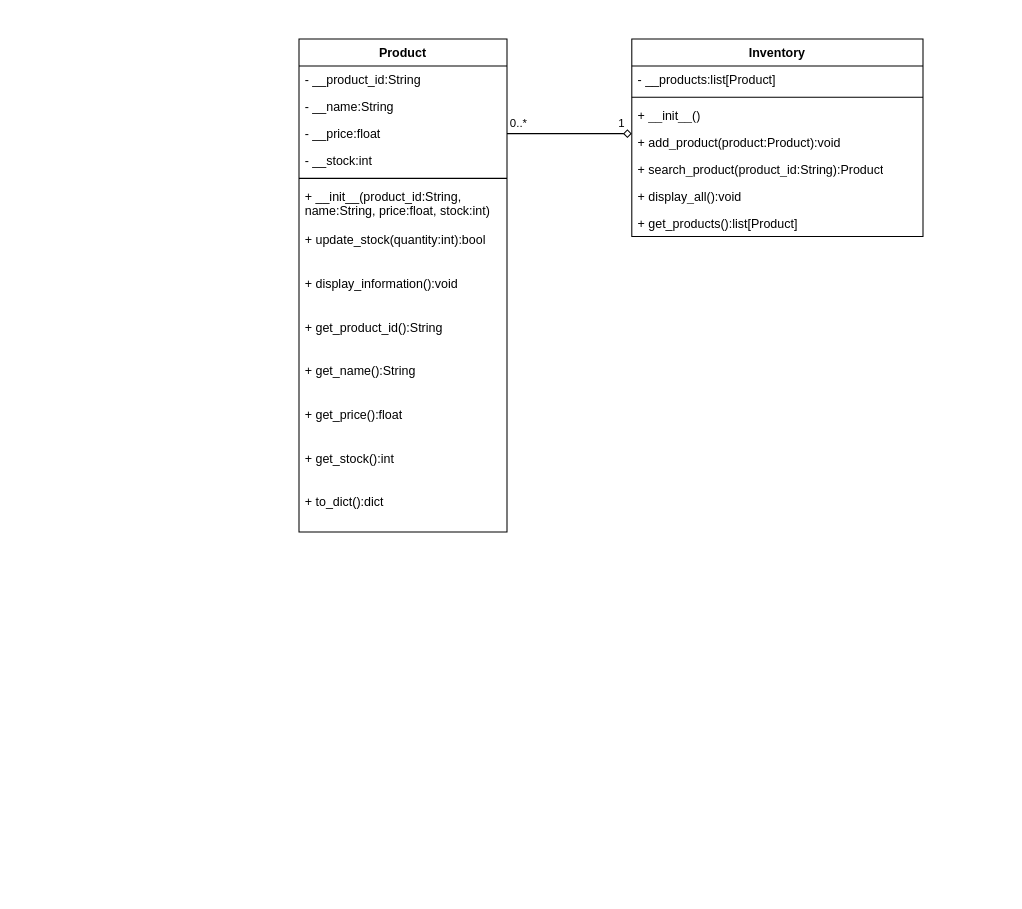
The draw.io diagram uml_class_diagram.drawio in Kelvin9300/INF1103-lab2, before the edit. Source tidied: cells renumbered, new cells numbered last; positions are measured from the earlier drawing's top-left corner, leaving out a move shared by most shapes. Both pictures are drawn from the tidied source at 104%, with x=0, y=0 at pixel (298, 38).
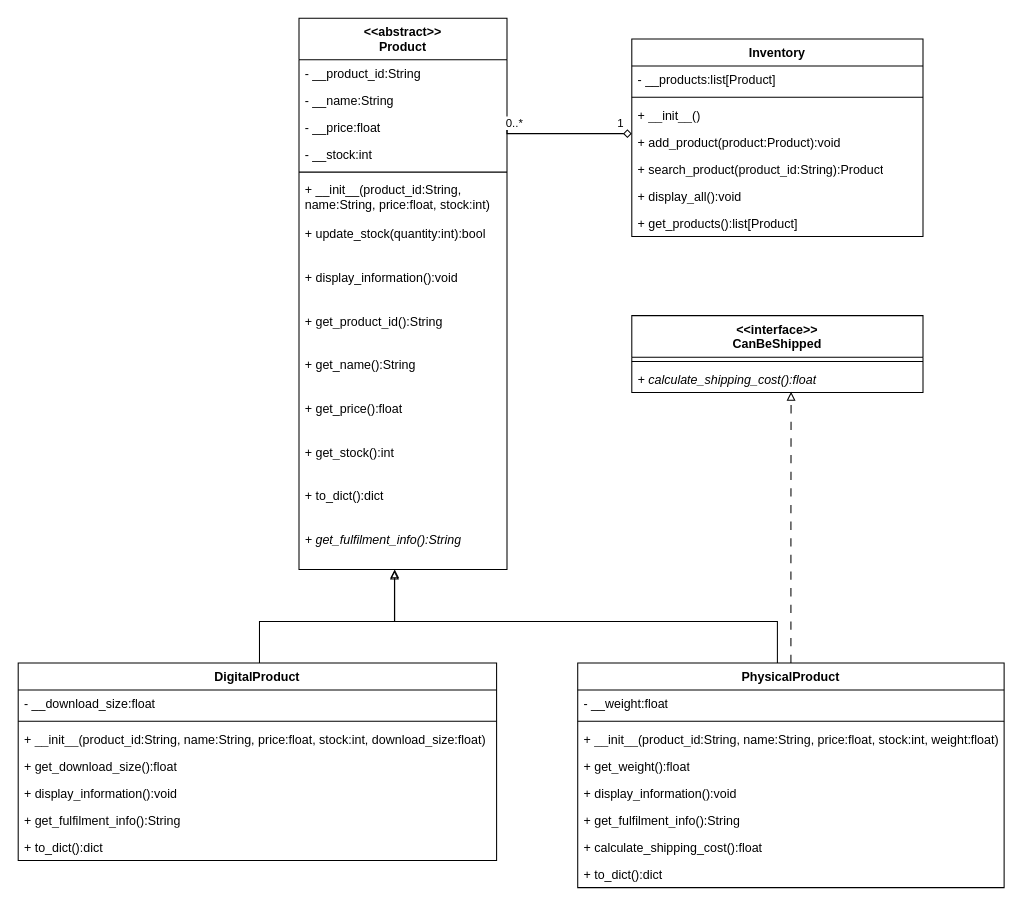
Above is the later version.

Commit message (it also covers changes not shown here):
Updated UML diagram for Lab 7

Diff of the diagram source:
```diff
@@
-    <mxCell id="2" value="Product" style="swimlane;fontStyle=1;align=center;verticalAlign=top;horizontal=1;startSize=26;whiteSpace=wrap;html=1;" parent="1" vertex="1">
-      <mxGeometry width="200" height="474" as="geometry" />
+    <mxCell id="2" value="&amp;lt;&amp;lt;abstract&amp;gt;&amp;gt;&lt;div&gt;Product&lt;/div&gt;" style="swimlane;fontStyle=1;align=center;verticalAlign=top;horizontal=1;startSize=40;whiteSpace=wrap;html=1;" parent="1" vertex="1">
+      <mxGeometry y="-20" width="200" height="530" as="geometry" />
     </mxCell>
     <mxCell id="3" value="- __product_id:String" style="text;strokeColor=none;fillColor=none;align=left;verticalAlign=top;spacingLeft=4;spacingRight=4;overflow=hidden;whiteSpace=wrap;html=1;" parent="2" vertex="1">
-      <mxGeometry y="26" width="200" height="26" as="geometry" />
+      <mxGeometry y="40" width="200" height="26" as="geometry" />
     </mxCell>
     <mxCell id="4" value="- __name:String" style="text;strokeColor=none;fillColor=none;align=left;verticalAlign=top;spacingLeft=4;spacingRight=4;overflow=hidden;whiteSpace=wrap;html=1;" parent="2" vertex="1">
-      <mxGeometry y="52" width="200" height="26" as="geometry" />
+      <mxGeometry y="66" width="200" height="26" as="geometry" />
     </mxCell>
     <mxCell id="5" value="- __price:float" style="text;strokeColor=none;fillColor=none;align=left;verticalAlign=top;spacingLeft=4;spacingRight=4;overflow=hidden;points=[[0,0.5],[1,0.5]];portConstraint=eastwest;whiteSpace=wrap;html=1;" parent="2" vertex="1">
-      <mxGeometry y="78" width="200" height="26" as="geometry" />
+      <mxGeometry y="92" width="200" height="26" as="geometry" />
     </mxCell>
     <mxCell id="6" value="- __stock:int" style="text;strokeColor=none;fillColor=none;align=left;verticalAlign=top;spacingLeft=4;spacingRight=4;overflow=hidden;whiteSpace=wrap;html=1;" parent="2" vertex="1">
-      <mxGeometry y="104" width="200" height="26" as="geometry" />
+      <mxGeometry y="118" width="200" height="26" as="geometry" />
     </mxCell>
     <mxCell id="7" style="line;strokeWidth=1;fillColor=none;align=left;verticalAlign=middle;spacingTop=-1;spacingLeft=3;spacingRight=3;labelPosition=right;strokeColor=inherit;labelPerimeter=1;" parent="2" vertex="1">
-      <mxGeometry y="130" width="200" height="8" as="geometry" />
+      <mxGeometry y="144" width="200" height="8" as="geometry" />
     </mxCell>
     <mxCell id="8" value="+ __init__(product_id:String, name:String, price:float, stock:int)" style="text;strokeColor=none;fillColor=none;align=left;verticalAlign=top;spacingLeft=4;spacingRight=4;overflow=hidden;whiteSpace=wrap;html=1;" parent="2" vertex="1">
-      <mxGeometry y="138" width="200" height="42" as="geometry" />
+      <mxGeometry y="152" width="200" height="42" as="geometry" />
     </mxCell>
     <mxCell id="9" value="+ update_stock(quantity:int):bool" style="text;strokeColor=none;fillColor=none;align=left;verticalAlign=top;spacingLeft=4;spacingRight=4;overflow=hidden;whiteSpace=wrap;html=1;" parent="2" vertex="1">
-      <mxGeometry y="180" width="200" height="42" as="geometry" />
+      <mxGeometry y="194" width="200" height="42" as="geometry" />
     </mxCell>
     <mxCell id="10" value="+ display_information():void" style="text;strokeColor=none;fillColor=none;align=left;verticalAlign=top;spacingLeft=4;spacingRight=4;overflow=hidden;whiteSpace=wrap;html=1;" parent="2" vertex="1">
-      <mxGeometry y="222" width="200" height="42" as="geometry" />
+      <mxGeometry y="236" width="200" height="42" as="geometry" />
     </mxCell>
     <mxCell id="11" value="+ get_product_id():String" style="text;strokeColor=none;fillColor=none;align=left;verticalAlign=top;spacingLeft=4;spacingRight=4;overflow=hidden;whiteSpace=wrap;html=1;" parent="2" vertex="1">
-      <mxGeometry y="264" width="200" height="42" as="geometry" />
+      <mxGeometry y="278" width="200" height="42" as="geometry" />
     </mxCell>
     <mxCell id="12" value="+ get_name():String" style="text;strokeColor=none;fillColor=none;align=left;verticalAlign=top;spacingLeft=4;spacingRight=4;overflow=hidden;whiteSpace=wrap;html=1;" parent="2" vertex="1">
-      <mxGeometry y="306" width="200" height="42" as="geometry" />
+      <mxGeometry y="320" width="200" height="42" as="geometry" />
     </mxCell>
     <mxCell id="13" value="+ get_price():float" style="text;strokeColor=none;fillColor=none;align=left;verticalAlign=top;spacingLeft=4;spacingRight=4;overflow=hidden;whiteSpace=wrap;html=1;" parent="2" vertex="1">
-      <mxGeometry y="348" width="200" height="42" as="geometry" />
+      <mxGeometry y="362" width="200" height="42" as="geometry" />
     </mxCell>
     <mxCell id="14" value="+ get_stock():int" style="text;strokeColor=none;fillColor=none;align=left;verticalAlign=top;spacingLeft=4;spacingRight=4;overflow=hidden;whiteSpace=wrap;html=1;" parent="2" vertex="1">
-      <mxGeometry y="390" width="200" height="42" as="geometry" />
+      <mxGeometry y="404" width="200" height="42" as="geometry" />
     </mxCell>
     <mxCell id="15" value="+ to_dict():dict" style="text;strokeColor=none;fillColor=none;align=left;verticalAlign=top;spacingLeft=4;spacingRight=4;overflow=hidden;whiteSpace=wrap;html=1;" parent="2" vertex="1">
-      <mxGeometry y="432" width="200" height="42" as="geometry" />
+      <mxGeometry y="446" width="200" height="42" as="geometry" />
     </mxCell>
+    <mxCell id="27" value="&lt;i&gt;+ get_fulfilment_info():String&lt;/i&gt;" style="text;strokeColor=none;fillColor=none;align=left;verticalAlign=top;spacingLeft=4;spacingRight=4;overflow=hidden;points=[[0,0.5],[1,0.5]];portConstraint=eastwest;whiteSpace=wrap;html=1;" parent="2" vertex="1">
+      <mxGeometry y="488" width="200" height="42" as="geometry" />
+    </mxCell>
@@
+    <mxCell id="28" value="&lt;div&gt;&amp;lt;&amp;lt;interface&amp;gt;&amp;gt;&lt;/div&gt;CanBeShipped" style="swimlane;fontStyle=1;align=center;verticalAlign=top;horizontal=1;startSize=40;whiteSpace=wrap;html=1;" parent="1" vertex="1">
+      <mxGeometry x="320" y="266" width="280" height="74" as="geometry" />
+    </mxCell>
+    <mxCell id="29" style="line;strokeWidth=1;fillColor=none;align=left;verticalAlign=middle;spacingTop=-1;spacingLeft=3;spacingRight=3;labelPosition=right;strokeColor=inherit;labelPerimeter=1;" parent="28" vertex="1">
+      <mxGeometry y="40" width="280" height="8" as="geometry" />
+    </mxCell>
+    <mxCell id="30" value="&lt;i&gt;+ calculate_shipping_cost():float&lt;/i&gt;" style="text;strokeColor=none;fillColor=none;align=left;verticalAlign=top;spacingLeft=4;spacingRight=4;overflow=hidden;points=[[0,0.5],[1,0.5]];portConstraint=eastwest;whiteSpace=wrap;html=1;" parent="28" vertex="1">
+      <mxGeometry y="48" width="280" height="26" as="geometry" />
+    </mxCell>
+    <mxCell id="31" value="PhysicalProduct" style="swimlane;fontStyle=1;align=center;verticalAlign=top;horizontal=1;startSize=26;whiteSpace=wrap;html=1;" parent="1" vertex="1">
+      <mxGeometry x="268" y="600" width="410" height="216" as="geometry" />
+    </mxCell>
+    <mxCell id="32" value="- __weight:float" style="text;strokeColor=none;fillColor=none;align=left;verticalAlign=top;spacingLeft=4;spacingRight=4;overflow=hidden;whiteSpace=wrap;html=1;" parent="31" vertex="1">
+      <mxGeometry y="26" width="410" height="26" as="geometry" />
+    </mxCell>
+    <mxCell id="33" style="line;strokeWidth=1;fillColor=none;align=left;verticalAlign=middle;spacingTop=-1;spacingLeft=3;spacingRight=3;labelPosition=right;strokeColor=inherit;labelPerimeter=1;" parent="31" vertex="1">
+      <mxGeometry y="52" width="410" height="8" as="geometry" />
+    </mxCell>
+    <mxCell id="34" value="+ __init__(product_id:String, name:String, price:float, stock:int, weight:float)" style="text;strokeColor=none;fillColor=none;align=left;verticalAlign=top;spacingLeft=4;spacingRight=4;overflow=hidden;whiteSpace=wrap;html=1;" parent="31" vertex="1">
+      <mxGeometry y="60" width="410" height="26" as="geometry" />
+    </mxCell>
+    <mxCell id="35" value="+ get_weight():float" style="text;strokeColor=none;fillColor=none;align=left;verticalAlign=top;spacingLeft=4;spacingRight=4;overflow=hidden;whiteSpace=wrap;html=1;" parent="31" vertex="1">
+      <mxGeometry y="86" width="410" height="26" as="geometry" />
+    </mxCell>
+    <mxCell id="36" value="+ display_information():void" style="text;strokeColor=none;fillColor=none;align=left;verticalAlign=top;spacingLeft=4;spacingRight=4;overflow=hidden;whiteSpace=wrap;html=1;" parent="31" vertex="1">
+      <mxGeometry y="112" width="410" height="26" as="geometry" />
+    </mxCell>
+    <mxCell id="37" value="+ get_fulfilment_info():String" style="text;strokeColor=none;fillColor=none;align=left;verticalAlign=top;spacingLeft=4;spacingRight=4;overflow=hidden;whiteSpace=wrap;html=1;" parent="31" vertex="1">
+      <mxGeometry y="138" width="410" height="26" as="geometry" />
+    </mxCell>
+    <mxCell id="38" value="+ calculate_shipping_cost():float" style="text;strokeColor=none;fillColor=none;align=left;verticalAlign=top;spacingLeft=4;spacingRight=4;overflow=hidden;whiteSpace=wrap;html=1;" parent="31" vertex="1">
+      <mxGeometry y="164" width="410" height="26" as="geometry" />
+    </mxCell>
+    <mxCell id="39" value="+ to_dict():dict" style="text;strokeColor=none;fillColor=none;align=left;verticalAlign=top;spacingLeft=4;spacingRight=4;overflow=hidden;whiteSpace=wrap;html=1;" parent="31" vertex="1">
+      <mxGeometry y="190" width="410" height="26" as="geometry" />
+    </mxCell>
+    <mxCell id="40" value="DigitalProduct" style="swimlane;fontStyle=1;align=center;verticalAlign=top;horizontal=1;startSize=26;whiteSpace=wrap;html=1;" parent="1" vertex="1">
+      <mxGeometry x="-270" y="600" width="460" height="190" as="geometry" />
+    </mxCell>
+    <mxCell id="41" value="- __download_size:float" style="text;strokeColor=none;fillColor=none;align=left;verticalAlign=top;spacingLeft=4;spacingRight=4;overflow=hidden;whiteSpace=wrap;html=1;" parent="40" vertex="1">
+      <mxGeometry y="26" width="460" height="26" as="geometry" />
+    </mxCell>
+    <mxCell id="42" style="line;strokeWidth=1;fillColor=none;align=left;verticalAlign=middle;spacingTop=-1;spacingLeft=3;spacingRight=3;labelPosition=right;strokeColor=inherit;labelPerimeter=1;" parent="40" vertex="1">
+      <mxGeometry y="52" width="460" height="8" as="geometry" />
+    </mxCell>
+    <mxCell id="43" value="+ __init__(product_id:String, name:String, price:float, stock:int, download_size:float)" style="text;strokeColor=none;fillColor=none;align=left;verticalAlign=top;spacingLeft=4;spacingRight=4;overflow=hidden;whiteSpace=wrap;html=1;" parent="40" vertex="1">
+      <mxGeometry y="60" width="460" height="26" as="geometry" />
+    </mxCell>
+    <mxCell id="44" value="+ get_download_size():float" style="text;strokeColor=none;fillColor=none;align=left;verticalAlign=top;spacingLeft=4;spacingRight=4;overflow=hidden;whiteSpace=wrap;html=1;" parent="40" vertex="1">
+      <mxGeometry y="86" width="460" height="26" as="geometry" />
+    </mxCell>
+    <mxCell id="45" value="+ display_information():void" style="text;strokeColor=none;fillColor=none;align=left;verticalAlign=top;spacingLeft=4;spacingRight=4;overflow=hidden;whiteSpace=wrap;html=1;" parent="40" vertex="1">
+      <mxGeometry y="112" width="460" height="26" as="geometry" />
+    </mxCell>
+    <mxCell id="46" value="+ get_fulfilment_info():String" style="text;strokeColor=none;fillColor=none;align=left;verticalAlign=top;spacingLeft=4;spacingRight=4;overflow=hidden;whiteSpace=wrap;html=1;" parent="40" vertex="1">
+      <mxGeometry y="138" width="460" height="26" as="geometry" />
+    </mxCell>
+    <mxCell id="47" value="+ to_dict():dict" style="text;strokeColor=none;fillColor=none;align=left;verticalAlign=top;spacingLeft=4;spacingRight=4;overflow=hidden;whiteSpace=wrap;html=1;" parent="40" vertex="1">
+      <mxGeometry y="164" width="460" height="26" as="geometry" />
+    </mxCell>
+    <mxCell id="48" style="edgeStyle=orthogonalEdgeStyle;rounded=0;jettySize=auto;html=1;entryX=0.459;entryY=1.025;entryDx=0;entryDy=0;entryPerimeter=0;defaultLabelBackgroundColor=page;endArrow=block;endFill=0;" parent="1" edge="1" source="31" target="27">
+      <mxGeometry x="-0.03" relative="1" as="geometry">
+        <Array as="points">
+          <mxPoint x="460" y="560" />
+          <mxPoint x="91.8" y="560" />
+        </Array>
+      </mxGeometry>
+    </mxCell>
+    <mxCell id="49" style="edgeStyle=orthogonalEdgeStyle;rounded=0;orthogonalLoop=1;jettySize=auto;html=1;defaultLabelBackgroundColor=page;exitX=0.5;exitY=0;exitDx=0;exitDy=0;endArrow=block;endFill=0;" parent="1" edge="1">
+      <mxGeometry x="-0.05" relative="1" as="geometry">
+        <mxPoint x="-38" y="600" as="sourcePoint" />
+        <mxPoint x="92" y="510" as="targetPoint" />
+        <Array as="points">
+          <mxPoint x="-38" y="560" />
+          <mxPoint x="92" y="560" />
+        </Array>
+      </mxGeometry>
+    </mxCell>
+    <mxCell id="50" style="edgeStyle=orthogonalEdgeStyle;rounded=0;jettySize=auto;html=1;entryX=0.547;entryY=0.973;entryDx=0;entryDy=0;entryPerimeter=0;defaultLabelBackgroundColor=page;dashed=1;dashPattern=8 8;endArrow=block;endFill=0;" parent="1" edge="1" source="31" target="30">
+      <mxGeometry relative="1" as="geometry" />
+    </mxCell>
```
